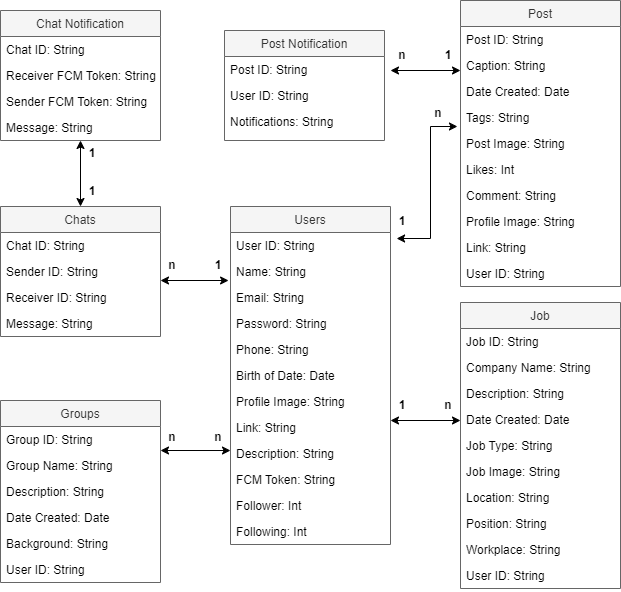
Above: JobSharing Class Diagram.drawio.png in lil-dua/JobSharing (draw.io), before the change. Source tidied: cells renumbered, new cells last; positions are measured from the earlier drawing's top-left corner, leaving out a move shared by most shapes.
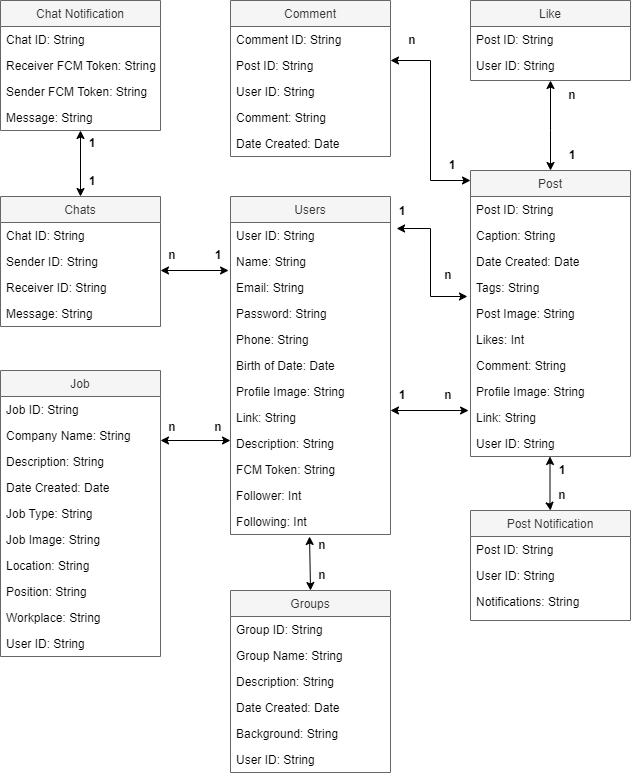
After the commit.

What changed in the source:
```diff
@@ -42,7 +42,7 @@
       <mxGeometry y="312" width="160" height="26" as="geometry" />
     </mxCell>
     <mxCell id="15" value="Post" style="swimlane;fontStyle=0;align=center;verticalAlign=top;horizontal=1;startSize=26;rounded=0;shadow=0;strokeWidth=1;fillColor=#f5f5f5;fontColor=#333333;strokeColor=#666666;" parent="1" vertex="1">
-      <mxGeometry x="460" width="160" height="286" as="geometry" />
+      <mxGeometry x="470" y="180" width="160" height="286" as="geometry" />
     </mxCell>
     <mxCell id="16" value="Post ID: String" style="text;align=left;verticalAlign=top;spacingLeft=4;spacingRight=4;overflow=hidden;" parent="15" vertex="1">
       <mxGeometry y="26" width="160" height="26" as="geometry" />
@@ -75,7 +75,7 @@
       <mxGeometry y="260" width="160" height="26" as="geometry" />
     </mxCell>
     <mxCell id="26" value="Job" style="swimlane;fontStyle=0;align=center;verticalAlign=top;horizontal=1;startSize=26;rounded=0;shadow=0;strokeWidth=1;fillColor=#f5f5f5;fontColor=#333333;strokeColor=#666666;" parent="1" vertex="1">
-      <mxGeometry x="460" y="302" width="160" height="286" as="geometry" />
+      <mxGeometry y="380" width="160" height="286" as="geometry" />
     </mxCell>
     <mxCell id="27" value="Job ID: String" style="text;align=left;verticalAlign=top;spacingLeft=4;spacingRight=4;overflow=hidden;" parent="26" vertex="1">
       <mxGeometry y="26" width="160" height="26" as="geometry" />
@@ -108,7 +108,7 @@
       <mxGeometry y="260" width="160" height="26" as="geometry" />
     </mxCell>
     <mxCell id="37" value="Groups" style="swimlane;fontStyle=0;align=center;verticalAlign=top;horizontal=1;startSize=26;rounded=0;shadow=0;strokeWidth=1;fillColor=#f5f5f5;fontColor=#333333;strokeColor=#666666;" parent="1" vertex="1">
-      <mxGeometry y="400" width="160" height="182" as="geometry" />
+      <mxGeometry x="230" y="600" width="160" height="182" as="geometry" />
     </mxCell>
     <mxCell id="38" value="Group ID: String" style="text;align=left;verticalAlign=top;spacingLeft=4;spacingRight=4;overflow=hidden;" parent="37" vertex="1">
       <mxGeometry y="26" width="160" height="26" as="geometry" />
@@ -150,19 +150,19 @@
       <mxGeometry x="390" y="206" width="24" height="30" as="geometry" />
     </mxCell>
     <mxCell id="51" value="&lt;b&gt;n&lt;/b&gt;" style="text;html=1;strokeColor=none;fillColor=none;align=center;verticalAlign=middle;whiteSpace=wrap;rounded=0;" parent="1" vertex="1">
-      <mxGeometry x="426" y="98" width="24" height="30" as="geometry" />
+      <mxGeometry x="436" y="270" width="24" height="30" as="geometry" />
     </mxCell>
     <mxCell id="52" value="&lt;b&gt;n&lt;/b&gt;" style="text;html=1;strokeColor=none;fillColor=none;align=center;verticalAlign=middle;whiteSpace=wrap;rounded=0;" parent="1" vertex="1">
       <mxGeometry x="206" y="422" width="24" height="30" as="geometry" />
     </mxCell>
-    <mxCell id="53" style="endArrow=classic;startArrow=classic;html=1;rounded=0;exitX=0;exitY=1;exitDx=0;exitDy=0;entryX=1;entryY=1;entryDx=0;entryDy=0;" parent="1" edge="1" source="55" target="56">
+    <mxCell id="53" style="endArrow=classic;startArrow=classic;html=1;rounded=0;exitX=0;exitY=1;exitDx=0;exitDy=0;entryX=-0.012;entryY=0.231;entryDx=0;entryDy=0;entryPerimeter=0;" parent="1" edge="1" source="55" target="24">
       <mxGeometry relative="1" as="geometry" />
     </mxCell>
     <mxCell id="54" style="endArrow=classic;startArrow=classic;html=1;rounded=0;exitX=1.038;exitY=0.231;exitDx=0;exitDy=0;exitPerimeter=0;entryX=-0.019;entryY=0.846;entryDx=0;entryDy=0;entryPerimeter=0;" parent="1" edge="1" source="3" target="19">
       <mxGeometry relative="1" as="geometry">
         <Array as="points">
           <mxPoint x="430" y="238" />
-          <mxPoint x="430" y="126" />
+          <mxPoint x="430" y="306" />
         </Array>
       </mxGeometry>
     </mxCell>
@@ -173,7 +173,7 @@
       <mxGeometry x="436" y="390" width="24" height="30" as="geometry" />
     </mxCell>
     <mxCell id="57" value="Post Notification" style="swimlane;fontStyle=0;align=center;verticalAlign=top;horizontal=1;startSize=26;rounded=0;shadow=0;strokeWidth=1;fillColor=#f5f5f5;fontColor=#333333;strokeColor=#666666;" parent="1" vertex="1">
-      <mxGeometry x="224" y="30" width="160" height="110" as="geometry" />
+      <mxGeometry x="470" y="520" width="160" height="110" as="geometry" />
     </mxCell>
     <mxCell id="58" value="Post ID: String" style="text;align=left;verticalAlign=top;spacingLeft=4;spacingRight=4;overflow=hidden;" parent="57" vertex="1">
       <mxGeometry y="26" width="160" height="26" as="geometry" />
@@ -222,20 +222,91 @@
     <mxCell id="71" value="&lt;b&gt;1&lt;/b&gt;" style="text;html=1;strokeColor=none;fillColor=none;align=center;verticalAlign=middle;whiteSpace=wrap;rounded=0;" parent="1" vertex="1">
       <mxGeometry x="80" y="138" width="24" height="30" as="geometry" />
     </mxCell>
-    <mxCell id="72" style="endArrow=classic;startArrow=classic;html=1;rounded=0;exitX=1;exitY=0.5;exitDx=0;exitDy=0;entryX=0;entryY=0.5;entryDx=0;entryDy=0;" parent="1" edge="1">
+    <mxCell id="72" style="endArrow=classic;startArrow=classic;html=1;rounded=0;exitX=1;exitY=0.5;exitDx=0;exitDy=0;" parent="1" edge="1">
       <mxGeometry relative="1" as="geometry">
         <mxPoint x="390" y="70" as="sourcePoint" />
-        <mxPoint x="460" y="70" as="targetPoint" />
+        <mxPoint x="470" y="190" as="targetPoint" />
+        <Array as="points">
+          <mxPoint x="430" y="70" />
+          <mxPoint x="430" y="190" />
+        </Array>
       </mxGeometry>
     </mxCell>
     <mxCell id="73" value="&lt;b&gt;1&lt;/b&gt;" style="text;html=1;strokeColor=none;fillColor=none;align=center;verticalAlign=middle;whiteSpace=wrap;rounded=0;" parent="1" vertex="1">
-      <mxGeometry x="436" y="40" width="24" height="30" as="geometry" />
+      <mxGeometry x="560" y="150" width="24" height="30" as="geometry" />
     </mxCell>
     <mxCell id="74" value="&lt;b&gt;n&lt;/b&gt;" style="text;html=1;strokeColor=none;fillColor=none;align=center;verticalAlign=middle;whiteSpace=wrap;rounded=0;" parent="1" vertex="1">
-      <mxGeometry x="390" y="40" width="24" height="30" as="geometry" />
+      <mxGeometry x="560" y="90" width="24" height="30" as="geometry" />
     </mxCell>
     <mxCell id="75" value="&lt;b&gt;n&lt;/b&gt;" style="text;html=1;strokeColor=none;fillColor=none;align=center;verticalAlign=middle;whiteSpace=wrap;rounded=0;" parent="1" vertex="1">
       <mxGeometry x="160" y="250" width="24" height="30" as="geometry" />
     </mxCell>
+    <mxCell id="76" value="Comment" style="swimlane;fontStyle=0;align=center;verticalAlign=top;horizontal=1;startSize=26;rounded=0;shadow=0;strokeWidth=1;fillColor=#f5f5f5;fontColor=#333333;strokeColor=#666666;" parent="1" vertex="1">
+      <mxGeometry x="230" y="10" width="160" height="156" as="geometry" />
+    </mxCell>
+    <mxCell id="77" value="Comment ID: String" style="text;align=left;verticalAlign=top;spacingLeft=4;spacingRight=4;overflow=hidden;" parent="76" vertex="1">
+      <mxGeometry y="26" width="160" height="26" as="geometry" />
+    </mxCell>
+    <mxCell id="78" value="Post ID: String" style="text;align=left;verticalAlign=top;spacingLeft=4;spacingRight=4;overflow=hidden;" parent="76" vertex="1">
+      <mxGeometry y="52" width="160" height="26" as="geometry" />
+    </mxCell>
+    <mxCell id="79" value="User ID: String" style="text;align=left;verticalAlign=top;spacingLeft=4;spacingRight=4;overflow=hidden;" parent="76" vertex="1">
+      <mxGeometry y="78" width="160" height="26" as="geometry" />
+    </mxCell>
+    <mxCell id="80" value="Comment: String" style="text;align=left;verticalAlign=top;spacingLeft=4;spacingRight=4;overflow=hidden;" parent="76" vertex="1">
+      <mxGeometry y="104" width="160" height="26" as="geometry" />
+    </mxCell>
+    <mxCell id="81" value="Date Created: Date" style="text;align=left;verticalAlign=top;spacingLeft=4;spacingRight=4;overflow=hidden;rounded=0;shadow=0;html=0;" parent="76" vertex="1">
+      <mxGeometry y="130" width="160" height="26" as="geometry" />
+    </mxCell>
+    <mxCell id="82" value="Like" style="swimlane;fontStyle=0;align=center;verticalAlign=top;horizontal=1;startSize=26;rounded=0;shadow=0;strokeWidth=1;fillColor=#f5f5f5;fontColor=#333333;strokeColor=#666666;" parent="1" vertex="1">
+      <mxGeometry x="470" y="10" width="160" height="80" as="geometry" />
+    </mxCell>
+    <mxCell id="83" value="Post ID: String&#10;" style="text;align=left;verticalAlign=top;spacingLeft=4;spacingRight=4;overflow=hidden;" parent="82" vertex="1">
+      <mxGeometry y="26" width="160" height="26" as="geometry" />
+    </mxCell>
+    <mxCell id="84" value="User ID: String" style="text;align=left;verticalAlign=top;spacingLeft=4;spacingRight=4;overflow=hidden;" parent="82" vertex="1">
+      <mxGeometry y="52" width="160" height="26" as="geometry" />
+    </mxCell>
+    <mxCell id="85" style="endArrow=classic;startArrow=classic;html=1;rounded=0;exitX=0.5;exitY=1;exitDx=0;exitDy=0;entryX=0.5;entryY=0;entryDx=0;entryDy=0;" parent="1" edge="1" source="82" target="15">
+      <mxGeometry relative="1" as="geometry">
+        <Array as="points">
+          <mxPoint x="550" y="140" />
+        </Array>
+      </mxGeometry>
+    </mxCell>
+    <mxCell id="86" value="&lt;b&gt;n&lt;/b&gt;" style="text;html=1;strokeColor=none;fillColor=none;align=center;verticalAlign=middle;whiteSpace=wrap;rounded=0;" parent="1" vertex="1">
+      <mxGeometry x="400" y="35" width="24" height="30" as="geometry" />
+    </mxCell>
+    <mxCell id="87" value="&lt;b&gt;1&lt;/b&gt;" style="text;html=1;strokeColor=none;fillColor=none;align=center;verticalAlign=middle;whiteSpace=wrap;rounded=0;" parent="1" vertex="1">
+      <mxGeometry x="440" y="160" width="24" height="30" as="geometry" />
+    </mxCell>
+    <mxCell id="88" style="endArrow=classic;startArrow=classic;html=1;rounded=0;exitX=0.494;exitY=1.077;exitDx=0;exitDy=0;entryX=0.5;entryY=0;entryDx=0;entryDy=0;exitPerimeter=0;" parent="1" edge="1" source="14" target="37">
+      <mxGeometry x="1" y="-439" relative="1" as="geometry">
+        <mxPoint x="219" y="380" as="offset" />
+      </mxGeometry>
+    </mxCell>
+    <mxCell id="89" value="&lt;b&gt;n&lt;/b&gt;" style="text;html=1;strokeColor=none;fillColor=none;align=center;verticalAlign=middle;whiteSpace=wrap;rounded=0;" parent="1" vertex="1">
+      <mxGeometry x="310" y="570" width="24" height="30" as="geometry" />
+    </mxCell>
+    <mxCell id="90" value="&lt;b&gt;n&lt;/b&gt;" style="text;html=1;strokeColor=none;fillColor=none;align=center;verticalAlign=middle;whiteSpace=wrap;rounded=0;" parent="1" vertex="1">
+      <mxGeometry x="310" y="540" width="24" height="30" as="geometry" />
+    </mxCell>
+    <mxCell id="91" style="endArrow=classic;startArrow=classic;html=1;rounded=0;exitX=0.5;exitY=1;exitDx=0;exitDy=0;" parent="1" edge="1">
+      <mxGeometry x="1" y="280" relative="1" as="geometry">
+        <mxPoint x="549.5" y="466" as="sourcePoint" />
+        <mxPoint x="550" y="520" as="targetPoint" />
+        <Array as="points">
+          <mxPoint x="549.5" y="516" />
+        </Array>
+        <mxPoint x="-280" y="280" as="offset" />
+      </mxGeometry>
+    </mxCell>
+    <mxCell id="92" value="&lt;b&gt;1&lt;/b&gt;" style="text;html=1;strokeColor=none;fillColor=none;align=center;verticalAlign=middle;whiteSpace=wrap;rounded=0;" parent="1" vertex="1">
+      <mxGeometry x="550" y="464.5" width="24" height="30" as="geometry" />
+    </mxCell>
+    <mxCell id="93" value="&lt;b&gt;n&lt;/b&gt;" style="text;html=1;strokeColor=none;fillColor=none;align=center;verticalAlign=middle;whiteSpace=wrap;rounded=0;" parent="1" vertex="1">
+      <mxGeometry x="550" y="490" width="24" height="30" as="geometry" />
+    </mxCell>
   </root>
 </mxGraphModel>
```
